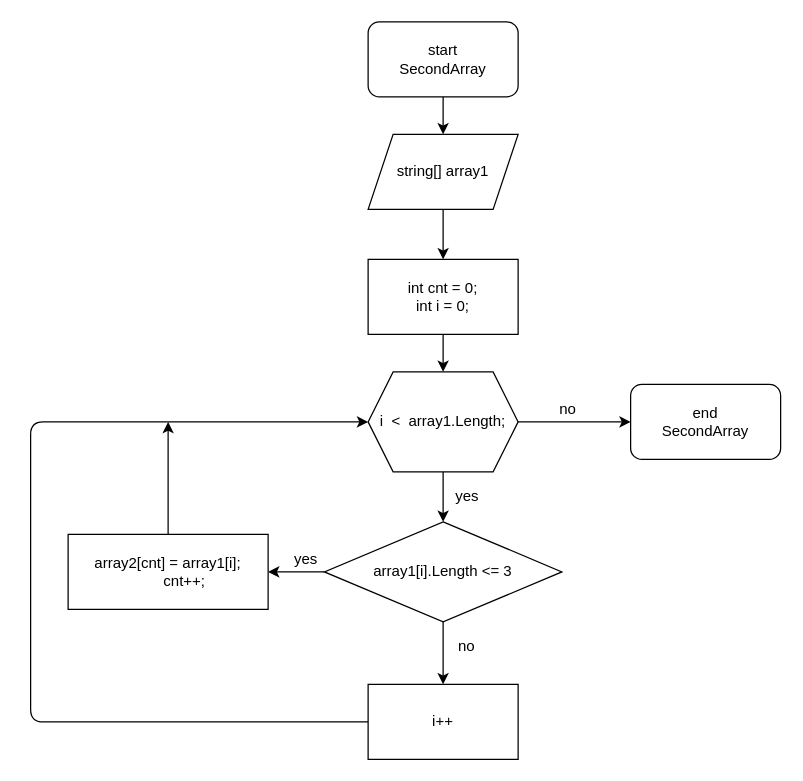
Before: block diagram/sheme.drawio in VasiliyPyatin/ControlTask, a draw.io diagram. Source tidied: cells renumbered, new cells numbered last; positions are measured from the earlier drawing's top-left corner, leaving out a move shared by most shapes. Both pictures are drawn from the tidied source at 125%, with x=0, y=0 at pixel (30, 21).
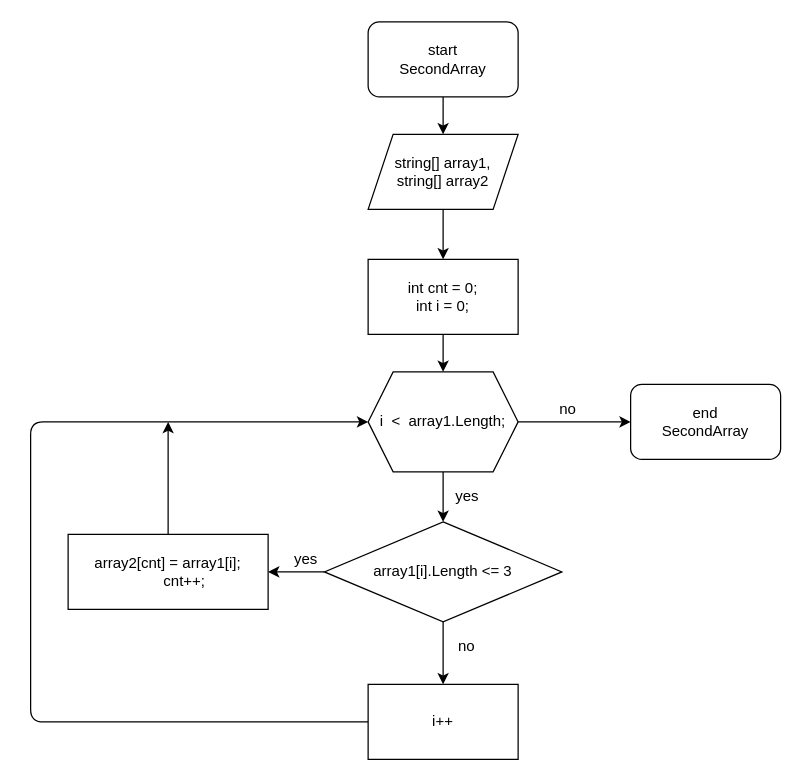
The same diagram, later.

Commit message (it also covers changes not shown here):
добавлен рисунок блок схемы

What changed in the source:
```diff
@@
-    <mxCell id="7" value="string[] array1" style="shape=parallelogram;perimeter=parallelogramPerimeter;whiteSpace=wrap;html=1;fixedSize=1;" parent="1" vertex="1">
+    <mxCell id="7" value="string[] array1, &lt;br&gt;string[] array2" style="shape=parallelogram;perimeter=parallelogramPerimeter;whiteSpace=wrap;html=1;fixedSize=1;" parent="1" vertex="1">
       <mxGeometry x="270" y="90" width="120" height="60" as="geometry" />
     </mxCell>
```
